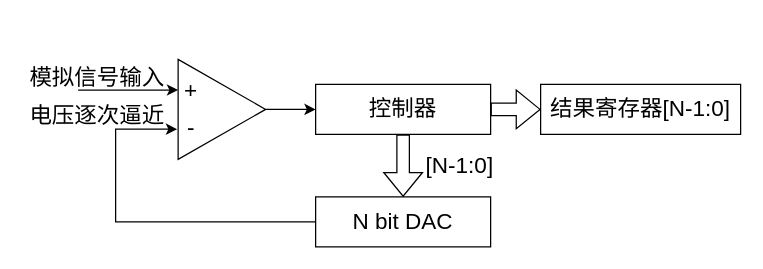
Before: 系统结构.drawio in xiaowuzxc/SAR-ADC-FPGA, a draw.io diagram. Source tidied: cells renumbered, new cells numbered last; positions are measured from the earlier drawing's top-left corner, leaving out a move shared by most shapes. Both pictures are drawn from the tidied source at 125%, with x=0, y=0 at pixel (21, 59).
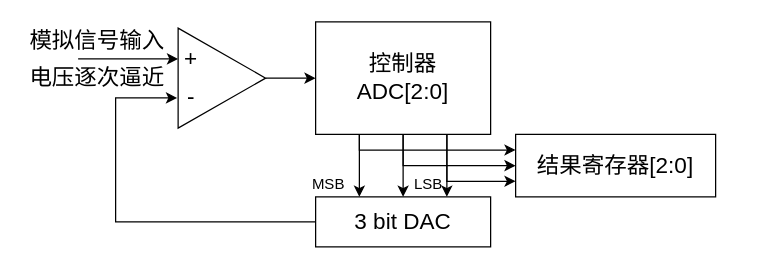
After the change.

What changed in the source:
```diff
@@
     <mxCell id="3" style="triangle;whiteSpace=wrap;html=1;fontSize=18;" parent="1" vertex="1">
-      <mxGeometry x="125" width="70" height="80" as="geometry" />
+      <mxGeometry x="125" y="-25" width="70" height="80" as="geometry" />
     </mxCell>
     <mxCell id="4" value="+" style="text;html=1;align=center;verticalAlign=middle;strokeColor=none;fillColor=none;fontSize=18;" parent="1" vertex="1">
-      <mxGeometry x="120" y="10" width="30" height="30" as="geometry" />
+      <mxGeometry x="120" y="-15" width="30" height="30" as="geometry" />
     </mxCell>
     <mxCell id="5" value="-" style="text;html=1;align=center;verticalAlign=middle;points=[];strokeColor=none;fillColor=none;fontSize=18;" parent="1" vertex="1">
-      <mxGeometry x="125" y="40" width="20" height="30" as="geometry" />
+      <mxGeometry x="125" y="15" width="20" height="30" as="geometry" />
     </mxCell>
     <mxCell id="6" style="endArrow=classic;html=1;rounded=0;fontSize=18;" parent="1" edge="1">
       <mxGeometry relative="1" as="geometry">
-        <mxPoint x="45" y="24.5" as="sourcePoint" />
-        <mxPoint x="125" y="24.5" as="targetPoint" />
+        <mxPoint x="45" y="-0.4" as="sourcePoint" />
+        <mxPoint x="125" y="-0.4" as="targetPoint" />
       </mxGeometry>
     </mxCell>
     <mxCell id="7" value="模拟信号输入" style="text;html=1;align=center;verticalAlign=middle;strokeColor=none;fillColor=none;fontSize=18;" parent="1" vertex="1">
-      <mxGeometry width="120" height="30" as="geometry" />
+      <mxGeometry y="-30" width="120" height="30" as="geometry" />
     </mxCell>
     <mxCell id="8" style="edgeStyle=orthogonalEdgeStyle;rounded=0;jettySize=auto;html=1;exitX=0;exitY=0.5;exitDx=0;exitDy=0;entryX=-0.04;entryY=0.527;entryDx=0;entryDy=0;entryPerimeter=0;fontSize=18;" parent="1" edge="1" source="9" target="5">
       <mxGeometry relative="1" as="geometry">
         <Array as="points">
           <mxPoint x="75" y="130" />
-          <mxPoint x="75" y="56" />
+          <mxPoint x="75" y="31" />
         </Array>
       </mxGeometry>
     </mxCell>
-    <mxCell id="9" value="N bit DAC" style="rounded=0;whiteSpace=wrap;html=1;fontSize=18;" parent="1" vertex="1">
+    <mxCell id="9" value="3 bit DAC" style="rounded=0;whiteSpace=wrap;html=1;fontSize=18;" parent="1" vertex="1">
       <mxGeometry x="235" y="110" width="140" height="40" as="geometry" />
     </mxCell>
+    <mxCell id="16" style="edgeStyle=orthogonalEdgeStyle;rounded=0;jettySize=auto;html=1;exitX=0.25;exitY=1;exitDx=0;exitDy=0;entryX=0.25;entryY=0;entryDx=0;entryDy=0;" parent="1" edge="1" source="10" target="9">
+      <mxGeometry relative="1" as="geometry" />
+    </mxCell>
+    <mxCell id="17" style="edgeStyle=orthogonalEdgeStyle;rounded=0;jettySize=auto;html=1;exitX=0.5;exitY=1;exitDx=0;exitDy=0;entryX=0.5;entryY=0;entryDx=0;entryDy=0;" parent="1" edge="1" source="10" target="9">
+      <mxGeometry relative="1" as="geometry" />
+    </mxCell>
+    <mxCell id="18" style="edgeStyle=orthogonalEdgeStyle;rounded=0;jettySize=auto;html=1;exitX=0.75;exitY=1;exitDx=0;exitDy=0;entryX=0.75;entryY=0;entryDx=0;entryDy=0;" parent="1" edge="1" source="10" target="9">
+      <mxGeometry relative="1" as="geometry" />
+    </mxCell>
+    <mxCell id="19" style="edgeStyle=orthogonalEdgeStyle;rounded=0;jettySize=auto;html=1;exitX=0.75;exitY=1;exitDx=0;exitDy=0;entryX=0;entryY=0.75;entryDx=0;entryDy=0;" parent="1" edge="1" source="10" target="14">
+      <mxGeometry relative="1" as="geometry" />
+    </mxCell>
+    <mxCell id="20" style="edgeStyle=orthogonalEdgeStyle;rounded=0;jettySize=auto;html=1;exitX=0.5;exitY=1;exitDx=0;exitDy=0;entryX=0;entryY=0.5;entryDx=0;entryDy=0;" parent="1" edge="1" source="10" target="14">
+      <mxGeometry relative="1" as="geometry" />
+    </mxCell>
+    <mxCell id="21" style="edgeStyle=orthogonalEdgeStyle;rounded=0;jettySize=auto;html=1;exitX=0.25;exitY=1;exitDx=0;exitDy=0;entryX=0;entryY=0.25;entryDx=0;entryDy=0;" parent="1" edge="1" source="10" target="14">
+      <mxGeometry relative="1" as="geometry">
+        <Array as="points">
+          <mxPoint x="270" y="73" />
+          <mxPoint x="395" y="73" />
+        </Array>
+      </mxGeometry>
+    </mxCell>
-    <mxCell id="10" value="控制器" style="rounded=0;whiteSpace=wrap;html=1;fontSize=18;" parent="1" vertex="1">
-      <mxGeometry x="235" y="20" width="140" height="40" as="geometry" />
+    <mxCell id="10" value="控制器&lt;br&gt;ADC[2:0]" style="rounded=0;whiteSpace=wrap;html=1;fontSize=18;" parent="1" vertex="1">
+      <mxGeometry x="235" y="-30" width="140" height="90" as="geometry" />
     </mxCell>
-    <mxCell id="11" style="shape=flexArrow;endArrow=classic;html=1;rounded=0;fontSize=18;exitX=0.5;exitY=1;exitDx=0;exitDy=0;entryX=0.5;entryY=0;entryDx=0;entryDy=0;fillColor=#FFFFFF;" parent="1" edge="1" source="10" target="9">
-      <mxGeometry relative="1" as="geometry" />
-    </mxCell>
-    <mxCell id="12" value="[N-1:0]" style="text;html=1;align=center;verticalAlign=middle;strokeColor=none;fillColor=none;fontSize=18;" parent="1" vertex="1">
-      <mxGeometry x="315" y="70" width="70" height="30" as="geometry" />
-    </mxCell>
-    <mxCell id="13" style="shape=flexArrow;endArrow=classic;html=1;rounded=0;fontSize=18;entryX=0.5;entryY=0;entryDx=0;entryDy=0;fillColor=#FFFFFF;" parent="1" edge="1">
-      <mxGeometry relative="1" as="geometry">
-        <mxPoint x="375" y="40" as="sourcePoint" />
-        <mxPoint x="415" y="40" as="targetPoint" />
-      </mxGeometry>
-    </mxCell>
-    <mxCell id="14" value="结果寄存器&lt;span&gt;[N-1:0]&lt;/span&gt;" style="rounded=0;whiteSpace=wrap;html=1;fontSize=18;" parent="1" vertex="1">
-      <mxGeometry x="415" y="20" width="160" height="40" as="geometry" />
+    <mxCell id="14" value="结果寄存器&lt;span&gt;[2:0]&lt;/span&gt;" style="rounded=0;whiteSpace=wrap;html=1;fontSize=18;" parent="1" vertex="1">
+      <mxGeometry x="395" y="60" width="160" height="50" as="geometry" />
     </mxCell>
     <mxCell id="15" value="电压逐次逼近" style="text;html=1;align=center;verticalAlign=middle;strokeColor=none;fillColor=none;fontSize=18;" parent="1" vertex="1">
-      <mxGeometry y="30" width="120" height="30" as="geometry" />
+      <mxGeometry width="120" height="30" as="geometry" />
     </mxCell>
+    <mxCell id="22" value="MSB" style="text;html=1;align=center;verticalAlign=middle;strokeColor=none;fillColor=none;" parent="1" vertex="1">
+      <mxGeometry x="225" y="90" width="40" height="20" as="geometry" />
+    </mxCell>
+    <mxCell id="23" value="LSB" style="text;html=1;align=center;verticalAlign=middle;strokeColor=none;fillColor=none;" parent="1" vertex="1">
+      <mxGeometry x="305" y="90" width="40" height="20" as="geometry" />
+    </mxCell>
```
